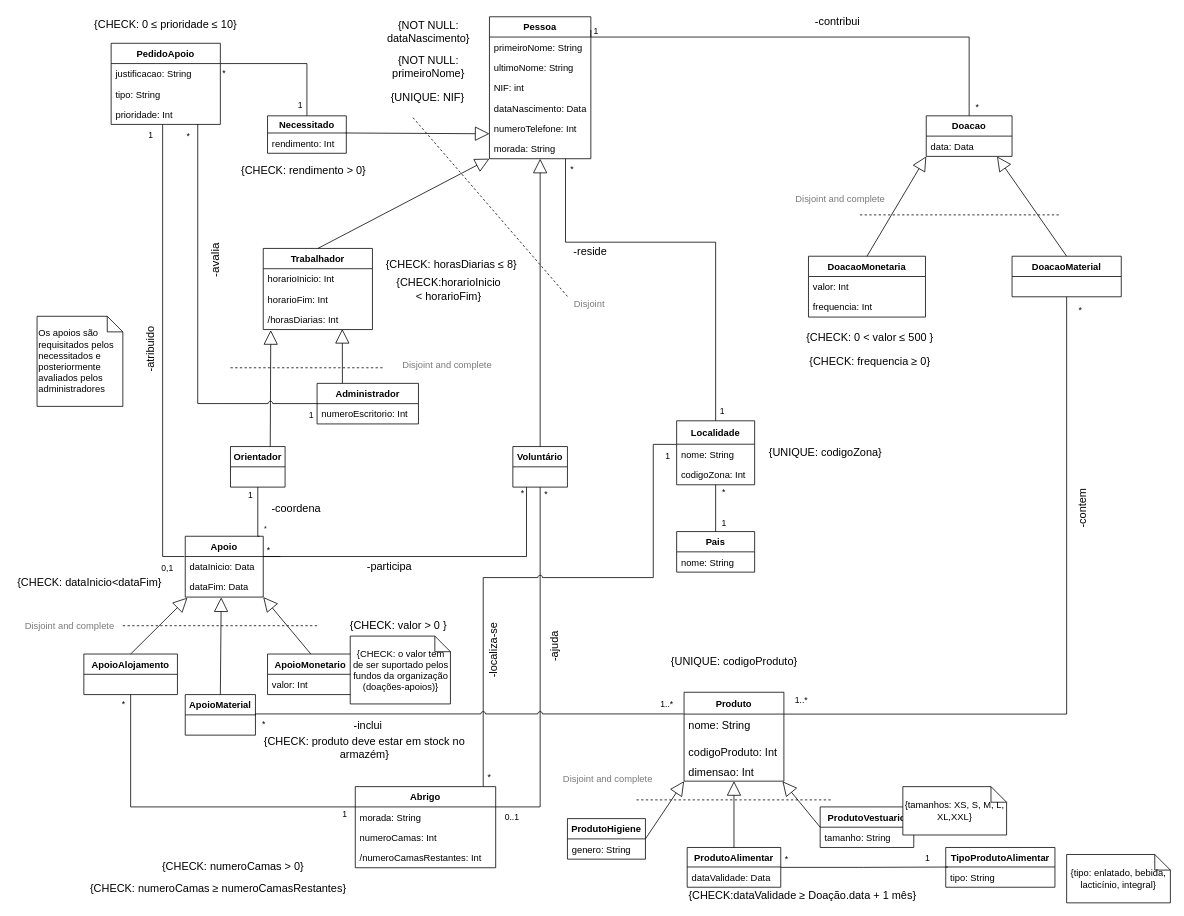
francisco-rente/FEUP-BDAD keeps this draw.io diagram as Delivery_I/diagram.drawio. Above is the earlier version. Source tidied: cells renumbered, new cells numbered last; positions are measured from the earlier drawing's top-left corner, leaving out a move shared by most shapes. Both pictures are drawn from the tidied source at 78%, with x=0, y=0 at pixel (13, 13).
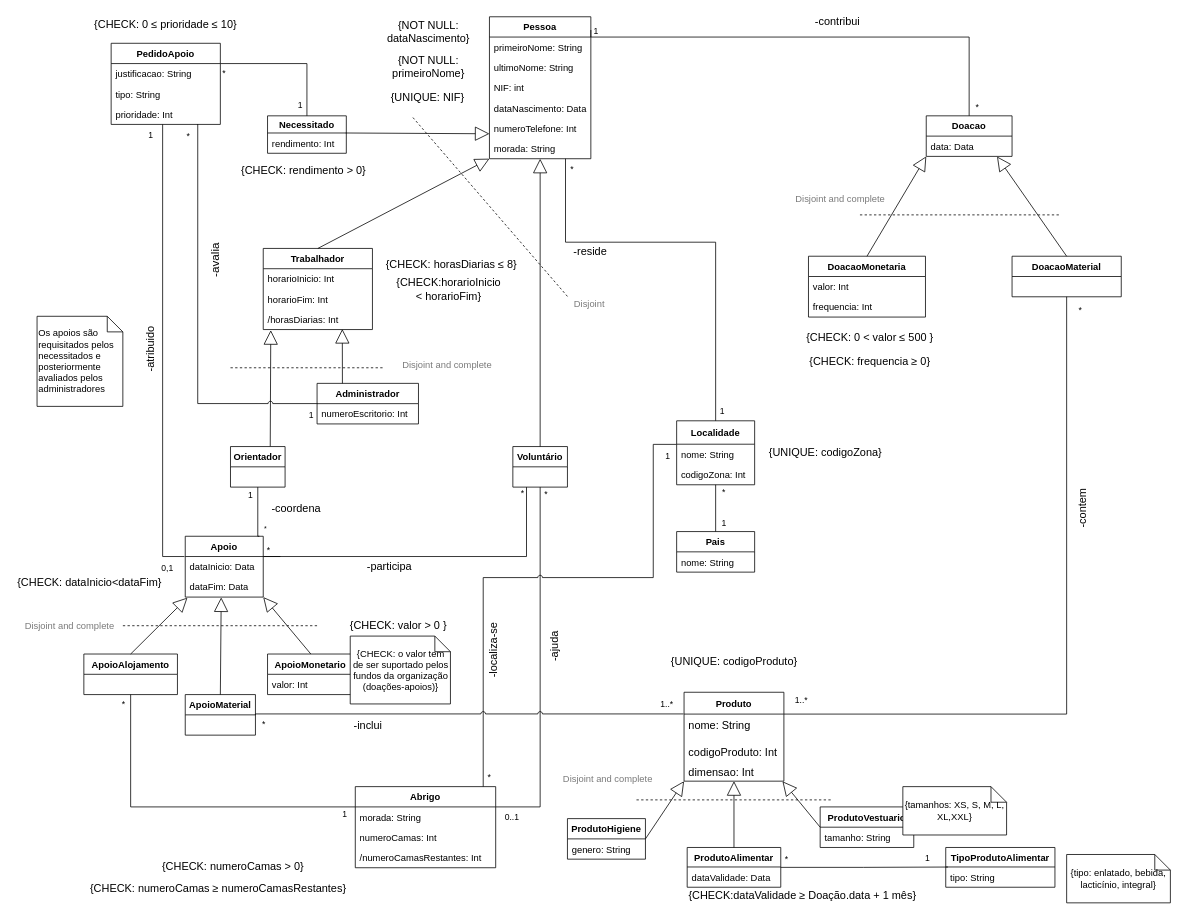
The same page after the edit.

Change to the diagram source:
```diff
@@
-    <mxCell id="115" value="{CHECK: produto deve estar em stock no armazém}" style="text;html=1;strokeColor=none;fillColor=none;align=center;verticalAlign=middle;whiteSpace=wrap;rounded=0;fontSize=14;" parent="1" vertex="1">
-      <mxGeometry x="310" y="931" width="280" height="20" as="geometry" />
-    </mxCell>
```
